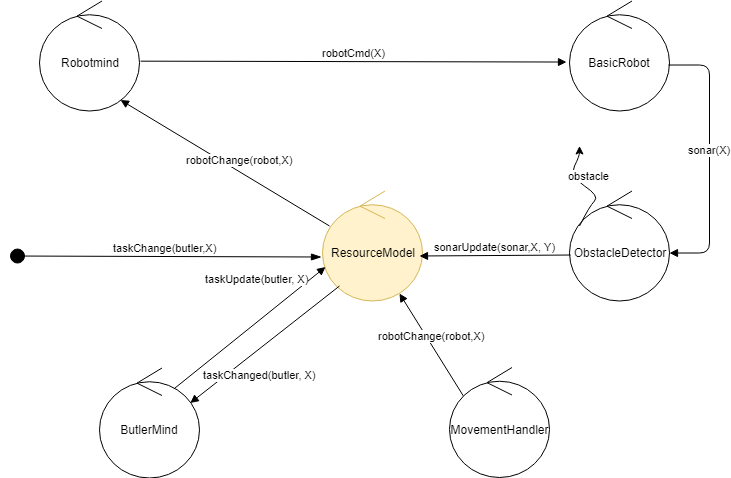
This is Docs/sprint2/RefactorMVC.png from xAlessandroC/iss2019TemaFinale, a draw.io export, as it was before one commit. Source tidied: cells renumbered, new cells last; positions are measured from the earlier drawing's top-left corner, leaving out a move shared by most shapes. Its diagram source:
```xml
<mxGraphModel>
  <root>
    <mxCell id="0" />
    <mxCell id="1" parent="0" />
    <mxCell id="2" value="BasicRobot" style="ellipse;shape=umlControl;whiteSpace=wrap;html=1;" parent="1" vertex="1">
      <mxGeometry x="560" y="-0.5" width="100" height="110" as="geometry" />
    </mxCell>
    <mxCell id="3" value="Robotmind" style="ellipse;shape=umlControl;whiteSpace=wrap;html=1;" parent="1" vertex="1">
      <mxGeometry x="30" y="-0.5" width="100" height="110" as="geometry" />
    </mxCell>
    <mxCell id="4" value="ResourceModel" style="ellipse;shape=umlControl;whiteSpace=wrap;html=1;fillColor=#fff2cc;strokeColor=#d6b656;" parent="1" vertex="1">
      <mxGeometry x="313" y="189.5" width="100" height="110" as="geometry" />
    </mxCell>
    <mxCell id="5" value="ObstacleDetector" style="ellipse;shape=umlControl;whiteSpace=wrap;html=1;" parent="1" vertex="1">
      <mxGeometry x="560" y="189.5" width="100" height="110" as="geometry" />
    </mxCell>
    <mxCell id="6" value="ButlerMind" style="ellipse;shape=umlControl;whiteSpace=wrap;html=1;" parent="1" vertex="1">
      <mxGeometry x="90" y="366.5" width="100" height="110" as="geometry" />
    </mxCell>
    <mxCell id="7" value="robotCmd(X)" style="html=1;verticalAlign=bottom;startArrow=none;startFill=0;endArrow=block;startSize=8;exitX=1.011;exitY=0.547;exitDx=0;exitDy=0;exitPerimeter=0;entryX=-0.03;entryY=0.555;entryDx=0;entryDy=0;entryPerimeter=0;" parent="1" edge="1" source="3" target="2">
      <mxGeometry relative="1" as="geometry" />
    </mxCell>
    <mxCell id="8" value="robotChange(robot,X)" style="html=1;verticalAlign=bottom;startArrow=none;startFill=0;endArrow=block;startSize=8;entryX=0.81;entryY=0.9;entryDx=0;entryDy=0;entryPerimeter=0;" parent="1" edge="1" target="3">
      <mxGeometry x="-0.12" y="-3" relative="1" as="geometry">
        <mxPoint x="320" y="224.5" as="sourcePoint" />
      </mxGeometry>
    </mxCell>
    <mxCell id="9" value="taskChanged(butler, X)" style="html=1;verticalAlign=bottom;endArrow=block;entryX=0.908;entryY=0.318;entryDx=0;entryDy=0;entryPerimeter=0;" parent="1" edge="1" target="6">
      <mxGeometry x="0.3" y="28" relative="1" as="geometry">
        <mxPoint x="330" y="284.5" as="sourcePoint" />
      </mxGeometry>
    </mxCell>
    <mxCell id="10" value="taskUpdate(butler, X)" style="html=1;verticalAlign=bottom;endArrow=block;entryX=0.03;entryY=0.691;entryDx=0;entryDy=0;entryPerimeter=0;exitX=0.744;exitY=0.19;exitDx=0;exitDy=0;exitPerimeter=0;" parent="1" edge="1" source="6" target="4">
      <mxGeometry x="0.32" y="27" relative="1" as="geometry" />
    </mxCell>
    <mxCell id="11" value="sonarUpdate(sonar,X, Y)" style="html=1;verticalAlign=bottom;endArrow=block;exitX=0.01;exitY=0.582;exitDx=0;exitDy=0;exitPerimeter=0;" parent="1" edge="1">
      <mxGeometry relative="1" as="geometry">
        <mxPoint x="561" y="253.5" as="sourcePoint" />
        <mxPoint x="410" y="254.5" as="targetPoint" />
      </mxGeometry>
    </mxCell>
    <mxCell id="12" value="sonar(X)" style="html=1;verticalAlign=bottom;endArrow=block;entryX=1;entryY=0.564;entryDx=0;entryDy=0;entryPerimeter=0;exitX=0.99;exitY=0.582;exitDx=0;exitDy=0;exitPerimeter=0;" parent="1" edge="1" source="2" target="5">
      <mxGeometry relative="1" as="geometry">
        <Array as="points">
          <mxPoint x="700" y="63.5" />
          <mxPoint x="700" y="251.5" />
        </Array>
      </mxGeometry>
    </mxCell>
    <mxCell id="13" value="obstacle" style="curved=1;endArrow=classic;html=1;" parent="1" edge="1">
      <mxGeometry x="0.07" y="-11" relative="1" as="geometry">
        <mxPoint x="570" y="224.5" as="sourcePoint" />
        <mxPoint x="570" y="144.5" as="targetPoint" />
        <Array as="points">
          <mxPoint x="580" y="204.5" />
          <mxPoint x="590" y="194.5" />
          <mxPoint x="560" y="174.5" />
          <mxPoint x="570" y="154.5" />
        </Array>
      </mxGeometry>
    </mxCell>
    <mxCell id="14" value="taskChange(butler,X)" style="html=1;verticalAlign=bottom;startArrow=circle;startFill=1;endArrow=blockThin;startSize=6;endSize=8;entryX=-0.01;entryY=0.6;entryDx=0;entryDy=0;entryPerimeter=0;endFill=1;" parent="1" edge="1" target="4">
      <mxGeometry relative="1" as="geometry">
        <mxPoint y="254.5" as="sourcePoint" />
      </mxGeometry>
    </mxCell>
    <mxCell id="15" value="MovementHandler" style="ellipse;shape=umlControl;whiteSpace=wrap;html=1;" parent="1" vertex="1">
      <mxGeometry x="440" y="366" width="100" height="110" as="geometry" />
    </mxCell>
    <mxCell id="16" value="robotChange(robot,X)" style="html=1;verticalAlign=bottom;endArrow=block;exitX=0.138;exitY=0.258;exitDx=0;exitDy=0;exitPerimeter=0;entryX=0.77;entryY=0.932;entryDx=0;entryDy=0;entryPerimeter=0;" parent="1" edge="1" source="15" target="4">
      <mxGeometry relative="1" as="geometry" />
    </mxCell>
  </root>
</mxGraphModel>
```
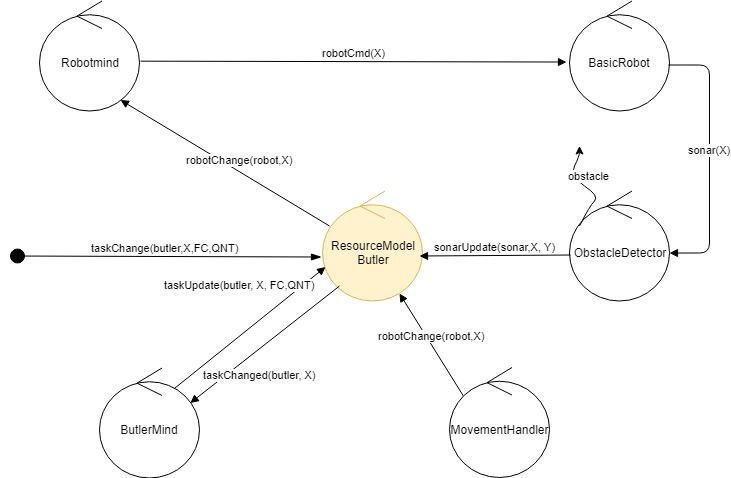
The same file after the commit.

The edit, as a diff of the source:
```diff
@@ -8,7 +8,7 @@
     <mxCell id="3" value="Robotmind" style="ellipse;shape=umlControl;whiteSpace=wrap;html=1;" parent="1" vertex="1">
       <mxGeometry x="30" y="-0.5" width="100" height="110" as="geometry" />
     </mxCell>
-    <mxCell id="4" value="ResourceModel" style="ellipse;shape=umlControl;whiteSpace=wrap;html=1;fillColor=#fff2cc;strokeColor=#d6b656;" parent="1" vertex="1">
+    <mxCell id="4" value="ResourceModel&lt;br&gt;Butler" style="ellipse;shape=umlControl;whiteSpace=wrap;html=1;fillColor=#fff2cc;strokeColor=#d6b656;" parent="1" vertex="1">
       <mxGeometry x="313" y="189.5" width="100" height="110" as="geometry" />
     </mxCell>
     <mxCell id="5" value="ObstacleDetector" style="ellipse;shape=umlControl;whiteSpace=wrap;html=1;" parent="1" vertex="1">
@@ -30,8 +30,8 @@
         <mxPoint x="330" y="284.5" as="sourcePoint" />
       </mxGeometry>
     </mxCell>
-    <mxCell id="10" value="taskUpdate(butler, X)" style="html=1;verticalAlign=bottom;endArrow=block;entryX=0.03;entryY=0.691;entryDx=0;entryDy=0;entryPerimeter=0;exitX=0.744;exitY=0.19;exitDx=0;exitDy=0;exitPerimeter=0;" parent="1" edge="1" source="6" target="4">
-      <mxGeometry x="0.32" y="27" relative="1" as="geometry" />
+    <mxCell id="10" value="taskUpdate(butler, X, FC,QNT)" style="html=1;verticalAlign=bottom;endArrow=block;entryX=0.03;entryY=0.691;entryDx=0;entryDy=0;entryPerimeter=0;exitX=0.744;exitY=0.19;exitDx=0;exitDy=0;exitPerimeter=0;" parent="1" edge="1" source="6" target="4">
+      <mxGeometry x="0.14" y="33" relative="1" as="geometry" />
     </mxCell>
     <mxCell id="11" value="sonarUpdate(sonar,X, Y)" style="html=1;verticalAlign=bottom;endArrow=block;exitX=0.01;exitY=0.582;exitDx=0;exitDy=0;exitPerimeter=0;" parent="1" edge="1">
       <mxGeometry relative="1" as="geometry">
@@ -59,7 +59,7 @@
         </Array>
       </mxGeometry>
     </mxCell>
-    <mxCell id="14" value="taskChange(butler,X)" style="html=1;verticalAlign=bottom;startArrow=circle;startFill=1;endArrow=blockThin;startSize=6;endSize=8;entryX=-0.01;entryY=0.6;entryDx=0;entryDy=0;entryPerimeter=0;endFill=1;" parent="1" edge="1" target="4">
+    <mxCell id="14" value="taskChange(butler,X,FC,QNT)" style="html=1;verticalAlign=bottom;startArrow=circle;startFill=1;endArrow=blockThin;startSize=6;endSize=8;entryX=-0.01;entryY=0.6;entryDx=0;entryDy=0;entryPerimeter=0;endFill=1;" parent="1" edge="1" target="4">
       <mxGeometry relative="1" as="geometry">
         <mxPoint y="254.5" as="sourcePoint" />
       </mxGeometry>
```
